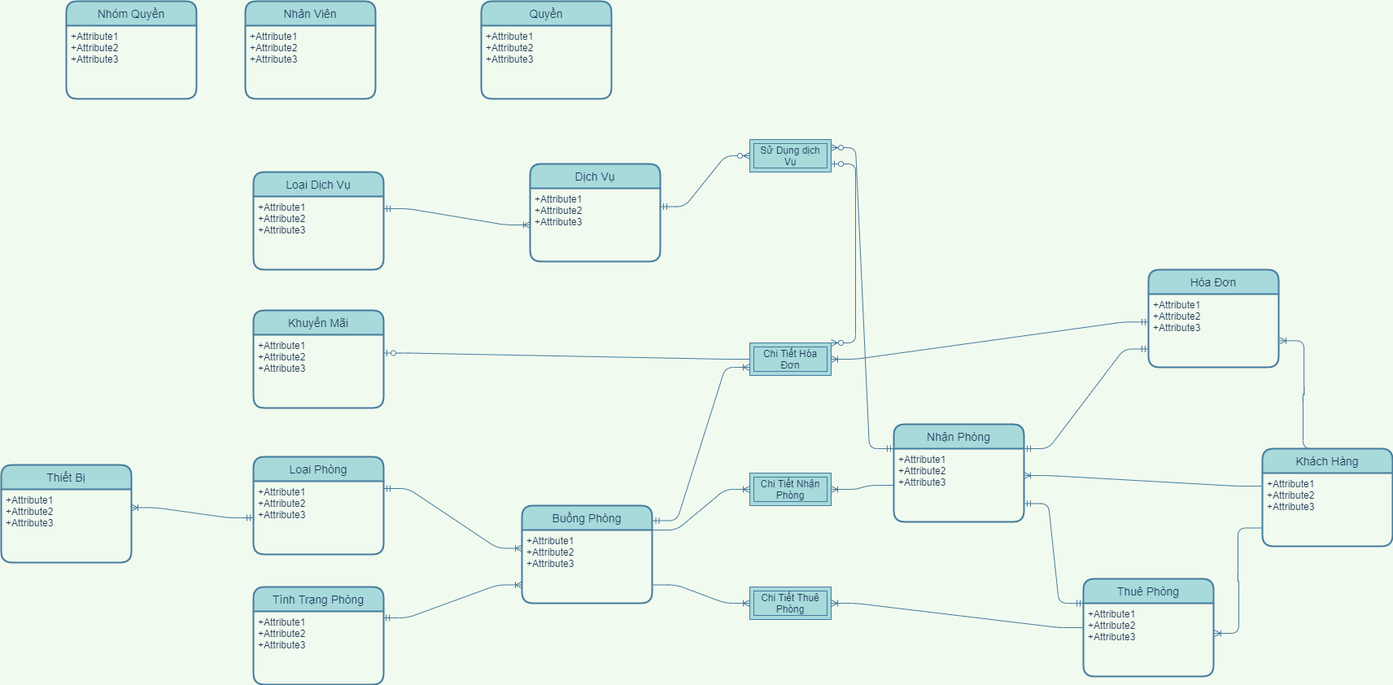
The draw.io diagram EntityRelationship-QLKS.png in maialino123/QLKS, before a commit. Source tidied: cells renumbered, new cells last; positions are measured from the earlier drawing's top-left corner, leaving out a move shared by most shapes.
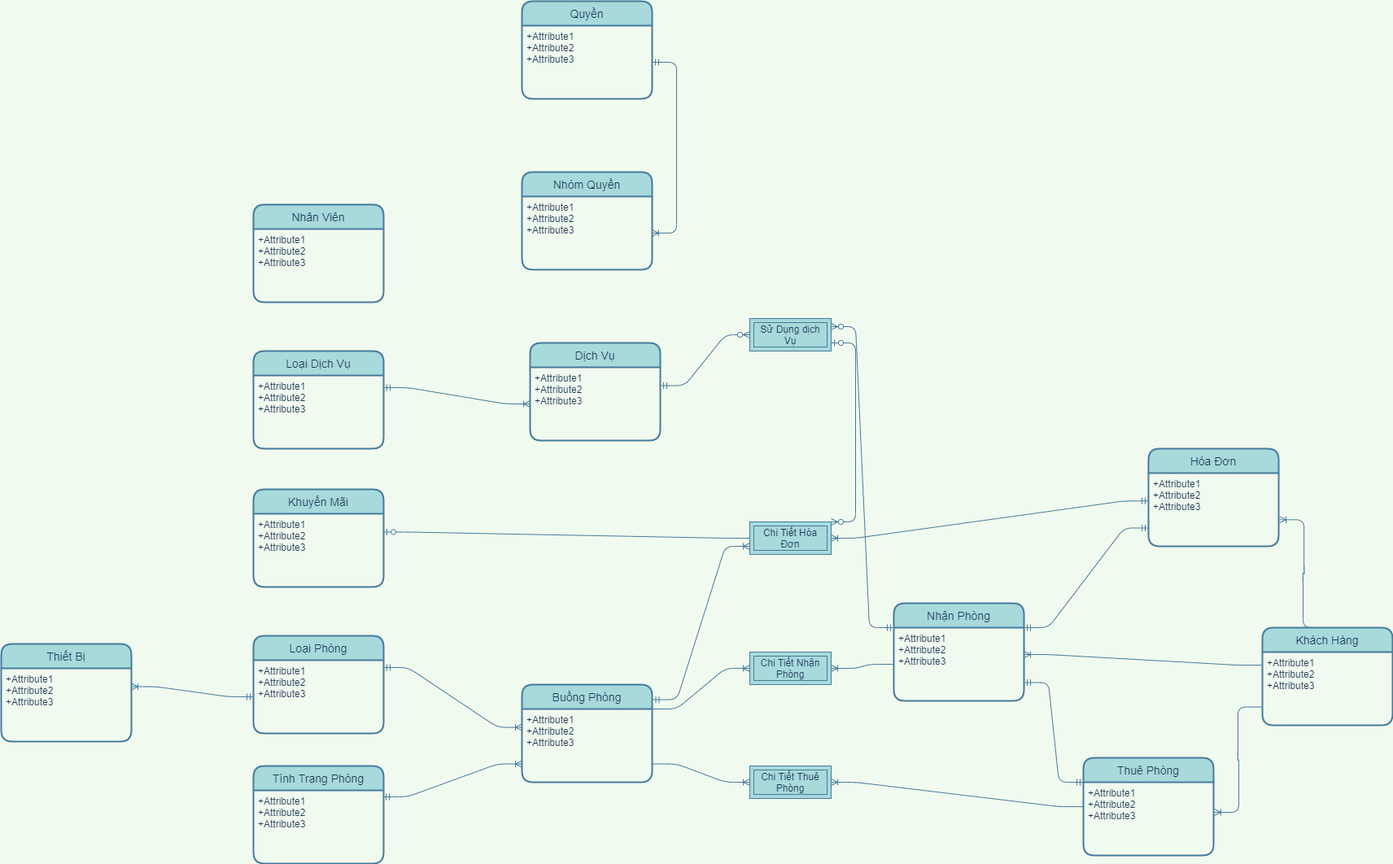
The same diagram one commit later.

Change to the diagram source:
```diff
@@ -15,7 +15,7 @@
       <mxGeometry y="30" width="160" height="90" as="geometry" />
     </mxCell>
     <mxCell id="6" value="Nhân Viên" style="swimlane;horizontal=1;startSize=30;rounded=1;fontSize=14;fontStyle=0;strokeWidth=2;shadow=0;dashed=0;align=center;fillColor=#A8DADC;strokeColor=#457B9D;fontColor=#1D3557;" parent="1" vertex="1">
-      <mxGeometry x="300" width="160" height="120" as="geometry" />
+      <mxGeometry x="310" y="30" width="160" height="120" as="geometry" />
     </mxCell>
     <mxCell id="7" value="+Attribute1&#10;+Attribute2&#10;+Attribute3" style="align=left;strokeColor=none;fillColor=none;spacingLeft=4;fontSize=12;verticalAlign=top;fontColor=#1D3557;" parent="6" vertex="1">
       <mxGeometry y="30" width="160" height="90" as="geometry" />
@@ -33,13 +33,13 @@
       <mxGeometry y="30" width="160" height="90" as="geometry" />
     </mxCell>
     <mxCell id="12" value="Nhóm Quyền" style="swimlane;horizontal=1;startSize=30;rounded=1;fontSize=14;fontStyle=0;strokeWidth=2;shadow=0;dashed=0;align=center;fillColor=#A8DADC;strokeColor=#457B9D;fontColor=#1D3557;" parent="1" vertex="1">
-      <mxGeometry x="80" width="160" height="120" as="geometry" />
+      <mxGeometry x="640" y="-10" width="160" height="120" as="geometry" />
     </mxCell>
     <mxCell id="13" value="+Attribute1&#10;+Attribute2&#10;+Attribute3" style="align=left;strokeColor=none;fillColor=none;spacingLeft=4;fontSize=12;verticalAlign=top;fontColor=#1D3557;" parent="12" vertex="1">
       <mxGeometry y="30" width="160" height="90" as="geometry" />
     </mxCell>
     <mxCell id="14" value="Quyền" style="swimlane;horizontal=1;startSize=30;rounded=1;fontSize=14;fontStyle=0;strokeWidth=2;shadow=0;dashed=0;align=center;fillColor=#A8DADC;arcSize=15;strokeColor=#457B9D;fontColor=#1D3557;" parent="1" vertex="1">
-      <mxGeometry x="590" width="160" height="120" as="geometry" />
+      <mxGeometry x="640" y="-220" width="160" height="120" as="geometry" />
     </mxCell>
     <mxCell id="15" value="+Attribute1&#10;+Attribute2&#10;+Attribute3" style="align=left;strokeColor=none;fillColor=none;spacingLeft=4;fontSize=12;verticalAlign=top;fontColor=#1D3557;" parent="14" vertex="1">
       <mxGeometry y="30" width="160" height="90" as="geometry" />
@@ -155,5 +155,8 @@
     <mxCell id="52" style="edgeStyle=entityRelationEdgeStyle;fontSize=12;html=1;endArrow=ERzeroToMany;startArrow=ERzeroToOne;strokeColor=#457B9D;fillColor=#A8DADC;exitX=1;exitY=0.75;exitDx=0;exitDy=0;entryX=1;entryY=0;entryDx=0;entryDy=0;" parent="1" edge="1" source="49" target="39">
       <mxGeometry relative="1" as="geometry" />
     </mxCell>
+    <mxCell id="53" style="edgeStyle=entityRelationEdgeStyle;fontSize=12;html=1;endArrow=ERoneToMany;startArrow=ERmandOne;entryX=1;entryY=0.5;entryDx=0;entryDy=0;labelBackgroundColor=#F1FAEE;strokeColor=#457B9D;fontColor=#1D3557;" parent="1" edge="1" source="15" target="13">
+      <mxGeometry relative="1" as="geometry" />
+    </mxCell>
   </root>
 </mxGraphModel>
```
